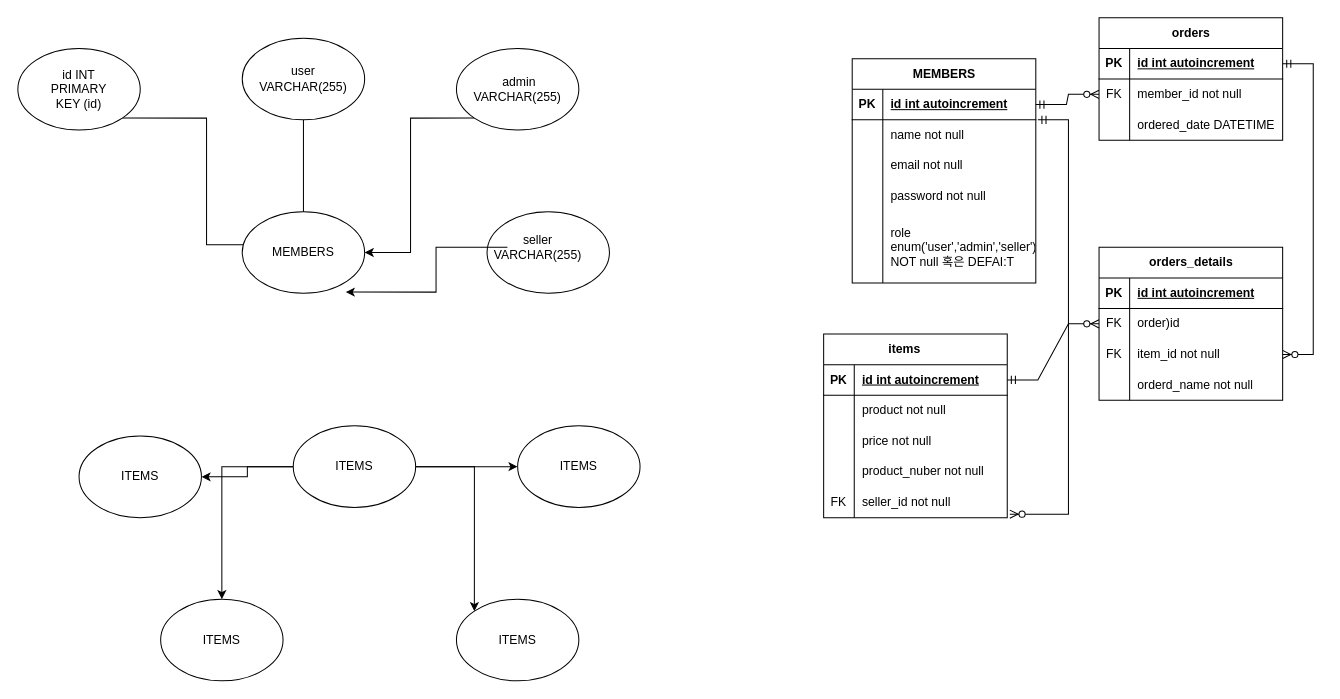
Kimjongwon1/mariaDB_syntax keeps this draw.io diagram as basic/실습2.drawio. Above is the earlier version. Source tidied: cells renumbered, new cells numbered last; positions are measured from the earlier drawing's top-left corner, leaving out a move shared by most shapes. Both pictures are drawn from the tidied source at 102%, with x=0, y=0 at pixel (17, 17).
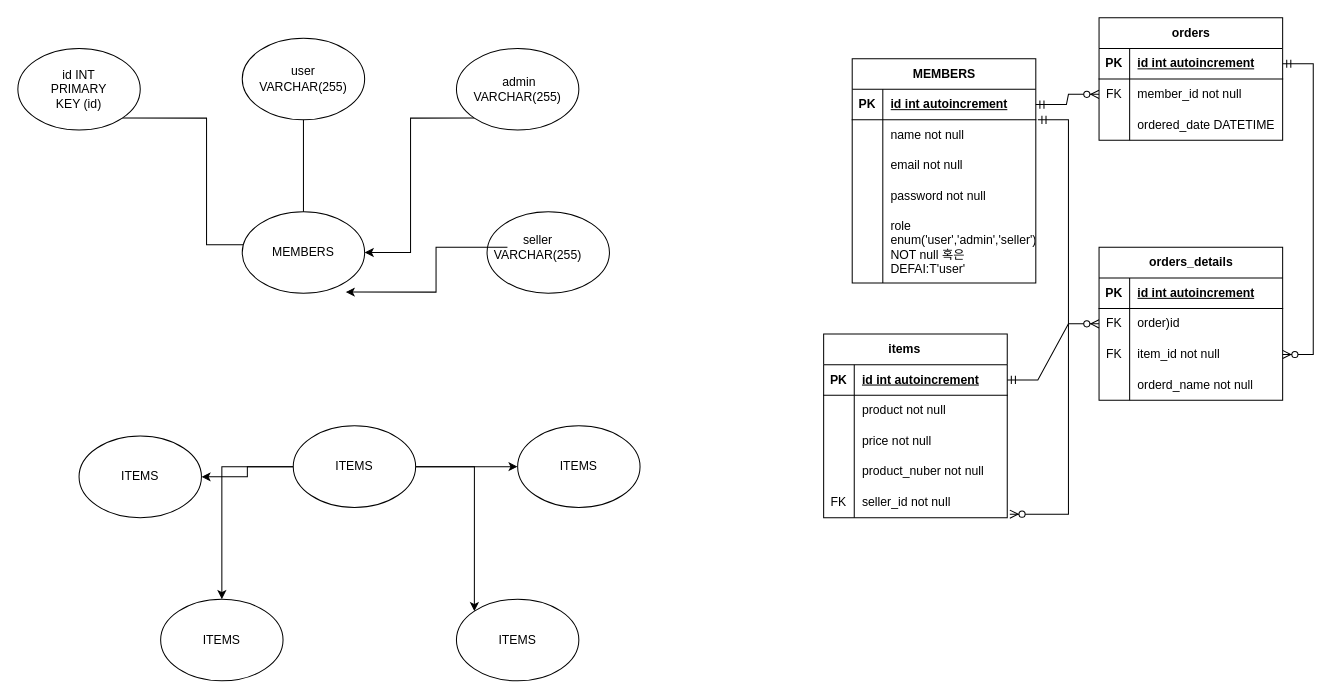
The same diagram, later.

Commit message:
실습2.drawio 업데이트4

The change refers to these unchanged cells:
```xml
<mxCell id="43" style="shape=tableRow;horizontal=0;startSize=0;swimlaneHead=0;swimlaneBody=0;fillColor=none;top=0;left=0;right=0;bottom=0;" parent="30" vertex="1">
  <mxGeometry y="150" width="180" height="70" as="geometry" />
</mxCell>
```

Change to the diagram source:
```diff
@@
-    <mxCell id="45" value="role enum('user','admin','seller')&lt;br&gt;NOT null 혹은 DEFAI:T" style="shape=partialRectangle;fillColor=none;top=0;left=0;bottom=0;right=0;align=left;spacingLeft=6;overflow=hidden;whiteSpace=wrap;html=1;" parent="43" vertex="1">
+    <mxCell id="45" value="role enum('user','admin','seller')&lt;br&gt;NOT null 혹은 DEFAI:T'user'" style="shape=partialRectangle;fillColor=none;top=0;left=0;bottom=0;right=0;align=left;spacingLeft=6;overflow=hidden;whiteSpace=wrap;html=1;" parent="43" vertex="1">
       <mxGeometry x="30" width="150" height="70" as="geometry" />
     </mxCell>
```
